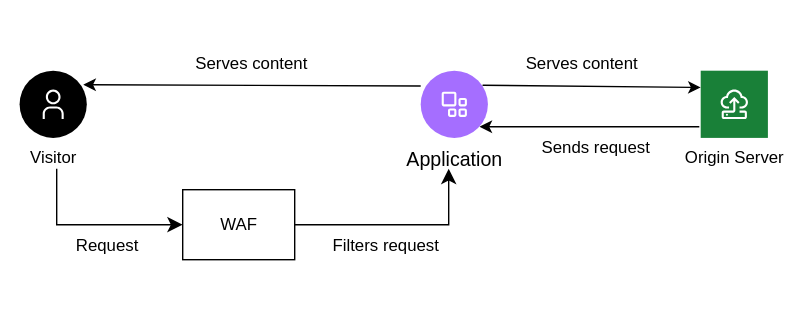
Above: images/ddos-waf.svg in ibm-cloud-docs/cis (draw.io), before the change. Source tidied: cells renumbered, new cells last; positions are measured from the earlier drawing's top-left corner, leaving out a move shared by most shapes.
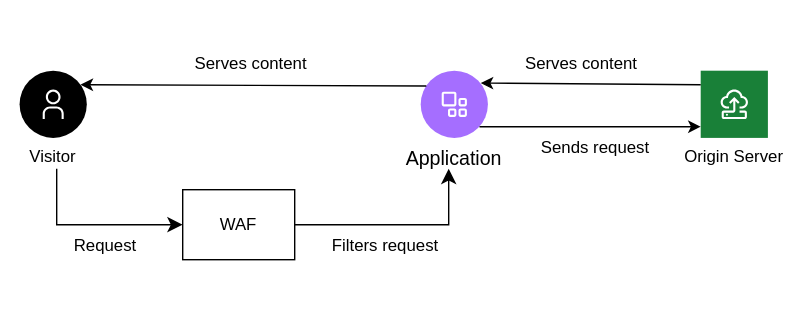
The same diagram one commit later.

Diff of the diagram source:
```diff
@@ -8,68 +8,65 @@
     <mxCell id="3" value="Visitor" style="shape=ellipse;fillColor=#000000;labelPosition=center;verticalLabelPosition=bottom;align=center;verticalAlign=top;strokeColor=none;fontSize=12;" parent="1" vertex="1">
       <mxGeometry x="13.5" y="50" width="48" height="48" as="geometry" />
     </mxCell>
-    <mxCell id="4" style="fillColor=#ffffff;strokeColor=none;dashed=0;html=1;labelPosition=center;verticalLabelPosition=bottom;verticalAlign=top;shape=mxgraph.ibm_cloud.user;" parent="3" vertex="1">
-      <mxGeometry width="24" height="24" relative="1" as="geometry">
-        <mxPoint x="12" y="12" as="offset" />
-      </mxGeometry>
-    </mxCell>
+    <mxCell id="21" style="fillColor=#ffffff;strokeColor=none;dashed=0;html=1;labelPosition=center;verticalLabelPosition=bottom;verticalAlign=top;shape=mxgraph.ibm_cloud.user;" parent="3" vertex="1">
+      <mxGeometry width="24" height="24" relative="1" as="geometry">
+        <mxPoint x="12" y="12" as="offset" />
+      </mxGeometry>
+    </mxCell>
     <mxCell id="5" value="Origin Server&#10;" style="shape=rect;fillColor=#198038;labelPosition=center;verticalLabelPosition=bottom;align=center;verticalAlign=top;strokeColor=none;fontSize=12;" parent="1" vertex="1">
       <mxGeometry x="500" y="50" width="48" height="48" as="geometry" />
     </mxCell>
-    <mxCell id="6" style="fillColor=#ffffff;strokeColor=none;dashed=0;html=1;labelPosition=center;verticalLabelPosition=bottom;verticalAlign=top;shape=mxgraph.ibm_cloud.ibm-cloud--virtual-server-classic;" parent="5" vertex="1">
-      <mxGeometry width="24" height="24" relative="1" as="geometry">
-        <mxPoint x="12" y="12" as="offset" />
-      </mxGeometry>
-    </mxCell>
-    <mxCell id="7" style="edgeStyle=segmentEdgeStyle;endArrow=classic;html=1;curved=0;rounded=0;endSize=8;startSize=8;" parent="1" edge="1">
-      <mxGeometry relative="1" as="geometry">
-        <mxPoint x="40" y="120" as="sourcePoint" />
-        <mxPoint x="130" y="160" as="targetPoint" />
-        <Array as="points">
-          <mxPoint x="40" y="160" />
-        </Array>
-      </mxGeometry>
-    </mxCell>
+    <mxCell id="22" style="fillColor=#ffffff;strokeColor=none;dashed=0;html=1;labelPosition=center;verticalLabelPosition=bottom;verticalAlign=top;shape=mxgraph.ibm_cloud.ibm-cloud--virtual-server-classic;" parent="5" vertex="1">
+      <mxGeometry width="24" height="24" relative="1" as="geometry">
+        <mxPoint x="12" y="12" as="offset" />
+      </mxGeometry>
+    </mxCell>
+    <mxCell id="23" style="edgeStyle=segmentEdgeStyle;endArrow=classic;html=1;curved=0;rounded=0;endSize=8;startSize=8;" parent="1" edge="1">
+      <mxGeometry relative="1" as="geometry">
+        <mxPoint x="40" y="120" as="sourcePoint" />
+        <mxPoint x="130" y="160" as="targetPoint" />
+        <Array as="points">
+          <mxPoint x="40" y="160" />
+        </Array>
+      </mxGeometry>
+    </mxCell>
     <mxCell id="8" value="Request" style="text;html=1;align=center;verticalAlign=middle;whiteSpace=wrap;rounded=0;" parent="1" vertex="1">
       <mxGeometry x="45.5" y="160" width="60" height="30" as="geometry" />
     </mxCell>
     <mxCell id="9" value="Application" style="shape=ellipse;fillColor=#A56EFF;labelPosition=center;verticalLabelPosition=bottom;align=center;verticalAlign=top;strokeColor=none;fontSize=14;" parent="1" vertex="1">
       <mxGeometry x="300" y="50" width="48" height="48" as="geometry" />
     </mxCell>
-    <mxCell id="10" style="fillColor=#ffffff;strokeColor=none;dashed=0;html=1;labelPosition=center;verticalLabelPosition=bottom;verticalAlign=top;shape=mxgraph.ibm_cloud.application;" parent="9" vertex="1">
-      <mxGeometry width="24" height="24" relative="1" as="geometry">
-        <mxPoint x="12" y="12" as="offset" />
-      </mxGeometry>
-    </mxCell>
+    <mxCell id="24" style="fillColor=#ffffff;strokeColor=none;dashed=0;html=1;labelPosition=center;verticalLabelPosition=bottom;verticalAlign=top;shape=mxgraph.ibm_cloud.application;" parent="9" vertex="1">
+      <mxGeometry width="24" height="24" relative="1" as="geometry">
+        <mxPoint x="12" y="12" as="offset" />
+      </mxGeometry>
+    </mxCell>
     <mxCell id="11" style="rounded=0;whiteSpace=wrap;html=1;" parent="1" vertex="1">
       <mxGeometry x="130" y="135" width="80" height="50" as="geometry" />
     </mxCell>
     <mxCell id="12" value="WAF" style="text;html=1;align=center;verticalAlign=middle;whiteSpace=wrap;rounded=0;" parent="1" vertex="1">
       <mxGeometry x="140" y="145" width="60" height="30" as="geometry" />
     </mxCell>
-    <mxCell id="13" style="edgeStyle=segmentEdgeStyle;endArrow=classic;html=1;curved=0;rounded=0;endSize=8;startSize=8;exitX=1;exitY=0.5;exitDx=0;exitDy=0;" parent="1" edge="1" source="11">
-      <mxGeometry relative="1" as="geometry">
-        <mxPoint x="320" y="120" as="targetPoint" />
-      </mxGeometry>
-    </mxCell>
+    <mxCell id="25" style="edgeStyle=segmentEdgeStyle;endArrow=classic;html=1;curved=0;rounded=0;endSize=8;startSize=8;exitX=1;exitY=0.5;exitDx=0;exitDy=0;" parent="1" edge="1" source="11">
+      <mxGeometry relative="1" as="geometry">
+        <mxPoint x="320" y="120" as="targetPoint" />
+      </mxGeometry>
+    </mxCell>
     <mxCell id="14" value="Filters request" style="text;html=1;align=center;verticalAlign=middle;whiteSpace=wrap;rounded=0;" parent="1" vertex="1">
       <mxGeometry x="220" y="160" width="110" height="30" as="geometry" />
     </mxCell>
-    <mxCell id="15" style="endArrow=classic;html=1;rounded=0;entryX=0;entryY=0.25;entryDx=0;entryDy=0;exitX=0.921;exitY=0.217;exitDx=0;exitDy=0;exitPerimeter=0;" parent="1" edge="1" source="9" target="5">
-      <mxGeometry relative="1" as="geometry" />
-    </mxCell>
-    <mxCell id="16" style="endArrow=classic;html=1;rounded=0;exitX=0.921;exitY=0.217;exitDx=0;exitDy=0;exitPerimeter=0;" parent="1" edge="1">
-      <mxGeometry relative="1" as="geometry">
-        <mxPoint x="499" y="90" as="sourcePoint" />
-        <mxPoint x="342" y="90" as="targetPoint" />
-      </mxGeometry>
-    </mxCell>
-    <mxCell id="17" style="endArrow=classic;html=1;rounded=0;exitX=0.062;exitY=0.279;exitDx=0;exitDy=0;entryX=1.01;entryY=0.259;entryDx=0;entryDy=0;exitPerimeter=0;entryPerimeter=0;" parent="1" edge="1">
-      <mxGeometry relative="1" as="geometry">
-        <mxPoint x="300" y="61" as="sourcePoint" />
-        <mxPoint x="59" y="60" as="targetPoint" />
-      </mxGeometry>
-    </mxCell>
+    <mxCell id="26" style="endArrow=classic;html=1;rounded=0;" parent="1" edge="1">
+      <mxGeometry relative="1" as="geometry">
+        <mxPoint x="342" y="90" as="sourcePoint" />
+        <mxPoint x="500" y="90" as="targetPoint" />
+      </mxGeometry>
+    </mxCell>
+    <mxCell id="27" style="endArrow=classic;html=1;rounded=0;exitX=0.062;exitY=0.279;exitDx=0;exitDy=0;entryX=1.01;entryY=0.259;entryDx=0;entryDy=0;exitPerimeter=0;entryPerimeter=0;" parent="1" edge="1">
+      <mxGeometry relative="1" as="geometry">
+        <mxPoint x="304" y="61" as="sourcePoint" />
+        <mxPoint x="57" y="60" as="targetPoint" />
+      </mxGeometry>
+    </mxCell>
     <mxCell id="18" value="Serves content" style="text;html=1;align=center;verticalAlign=middle;whiteSpace=wrap;rounded=0;" parent="1" vertex="1">
       <mxGeometry x="123.5" y="30" width="110" height="30" as="geometry" />
     </mxCell>
@@ -79,5 +76,10 @@
     <mxCell id="20" value="Sends request" style="text;html=1;align=center;verticalAlign=middle;whiteSpace=wrap;rounded=0;" parent="1" vertex="1">
       <mxGeometry x="370" y="90" width="110" height="30" as="geometry" />
     </mxCell>
+    <mxCell id="28" style="endArrow=classic;html=1;rounded=0;entryX=0.892;entryY=0.184;entryDx=0;entryDy=0;entryPerimeter=0;" parent="1" edge="1" target="9">
+      <mxGeometry relative="1" as="geometry">
+        <mxPoint x="500" y="60" as="sourcePoint" />
+      </mxGeometry>
+    </mxCell>
   </root>
 </mxGraphModel>
```
